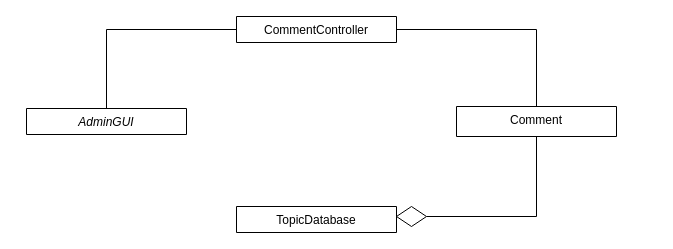
LutherCeltors/python_project keeps this draw.io diagram as Class Diagram.drawio. Above is the earlier version. Source tidied: cells renumbered, new cells numbered last; positions are measured from the earlier drawing's top-left corner, leaving out a move shared by most shapes. Both pictures are drawn from the tidied source at 100%, with x=0, y=0 at pixel (26, 16).
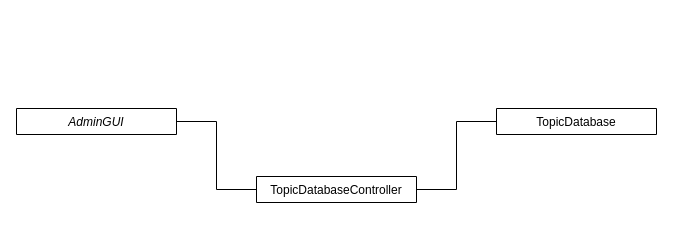
The same diagram, later.

Commit message:
changing into simpler model of diagram

Diff of the diagram source:
```diff
@@
 <mxGraphModel>
   <root>
     <mxCell id="0" />
     <mxCell id="1" parent="0" />
     <mxCell id="2" value="AdminGUI" style="swimlane;fontStyle=2;align=center;verticalAlign=top;horizontal=1;startSize=26;rounded=0;shadow=0;strokeWidth=1;" parent="1" vertex="1" collapsed="1">
-      <mxGeometry y="92" width="160" height="26" as="geometry" />
+      <mxGeometry x="-10" y="92" width="160" height="26" as="geometry" />
     </mxCell>
-    <mxCell id="3" value="CommentController" style="swimlane;fontStyle=0;align=center;verticalAlign=top;horizontal=1;startSize=26;rounded=0;shadow=0;strokeWidth=1;" parent="1" vertex="1" collapsed="1">
-      <mxGeometry x="210" width="160" height="26" as="geometry" />
+    <mxCell id="3" value="TopicDatabaseController" style="swimlane;fontStyle=0;align=center;verticalAlign=top;horizontal=1;startSize=26;rounded=0;shadow=0;strokeWidth=1;" parent="1" vertex="1" collapsed="1">
+      <mxGeometry x="230" y="160" width="160" height="26" as="geometry" />
     </mxCell>
-    <mxCell id="4" style="endArrow=none;html=1;rounded=0;exitX=0.5;exitY=0;exitDx=0;exitDy=0;entryX=0;entryY=0.5;entryDx=0;entryDy=0;exitPerimeter=0;" parent="1" edge="1" source="2" target="3">
-      <mxGeometry relative="1" as="geometry">
-        <Array as="points">
-          <mxPoint x="80" y="13" />
-        </Array>
-      </mxGeometry>
-    </mxCell>
     <mxCell id="5" value="TopicDatabase" style="swimlane;fontStyle=0;align=center;verticalAlign=top;horizontal=1;startSize=26;rounded=0;shadow=0;strokeWidth=1;" parent="1" vertex="1" collapsed="1">
-      <mxGeometry x="210" y="190" width="160" height="26" as="geometry" />
+      <mxGeometry x="470" y="92" width="160" height="26" as="geometry" />
     </mxCell>
-    <mxCell id="6" value="Comment&#10;" style="swimlane;fontStyle=0;align=center;verticalAlign=top;horizontal=1;startSize=30;rounded=0;shadow=0;strokeWidth=1;" parent="1" vertex="1" collapsed="1">
-      <mxGeometry x="430" y="90" width="160" height="30" as="geometry" />
-    </mxCell>
-    <mxCell id="7" style="endArrow=none;html=1;rounded=0;entryX=1;entryY=0.5;entryDx=0;entryDy=0;entryPerimeter=0;exitX=0.5;exitY=0;exitDx=0;exitDy=0;" parent="1" edge="1" source="6" target="3">
-      <mxGeometry relative="1" as="geometry">
-        <Array as="points">
-          <mxPoint x="510" y="13" />
-        </Array>
-      </mxGeometry>
-    </mxCell>
-    <mxCell id="8" style="endArrow=none;html=1;rounded=0;" parent="1" edge="1" source="10">
-      <mxGeometry relative="1" as="geometry">
-        <mxPoint x="510" y="120" as="targetPoint" />
-        <Array as="points">
-          <mxPoint x="510" y="200" />
-        </Array>
-      </mxGeometry>
-    </mxCell>
-    <mxCell id="9" style="endArrow=none;html=1;rounded=0;" parent="1" edge="1" target="10">
+    <mxCell id="9" style="endArrow=none;html=1;rounded=0;" parent="1" edge="1">
       <mxGeometry relative="1" as="geometry">
         <mxPoint x="370" y="200" as="sourcePoint" />
+        <mxPoint x="370" y="200" as="targetPoint" />
       </mxGeometry>
     </mxCell>
-    <mxCell id="10" style="rhombus;whiteSpace=wrap;html=1;" parent="1" vertex="1">
-      <mxGeometry x="370" y="190" width="30" height="20" as="geometry" />
-    </mxCell>
+    <mxCell id="11" style="endArrow=none;html=1;rounded=0;entryX=1;entryY=0.5;entryDx=0;entryDy=0;exitX=0;exitY=0.5;exitDx=0;exitDy=0;" parent="1" edge="1" source="3" target="2">
+      <mxGeometry relative="1" as="geometry">
+        <Array as="points">
+          <mxPoint x="190" y="173" />
+          <mxPoint x="190" y="105" />
+        </Array>
+      </mxGeometry>
+    </mxCell>
+    <mxCell id="12" style="endArrow=none;html=1;rounded=0;entryX=0;entryY=0.5;entryDx=0;entryDy=0;exitX=1;exitY=0.5;exitDx=0;exitDy=0;" parent="1" edge="1" source="3" target="5">
+      <mxGeometry relative="1" as="geometry">
+        <Array as="points">
+          <mxPoint x="430" y="173" />
+          <mxPoint x="430" y="105" />
+        </Array>
+      </mxGeometry>
+    </mxCell>
   </root>
 </mxGraphModel>
```
